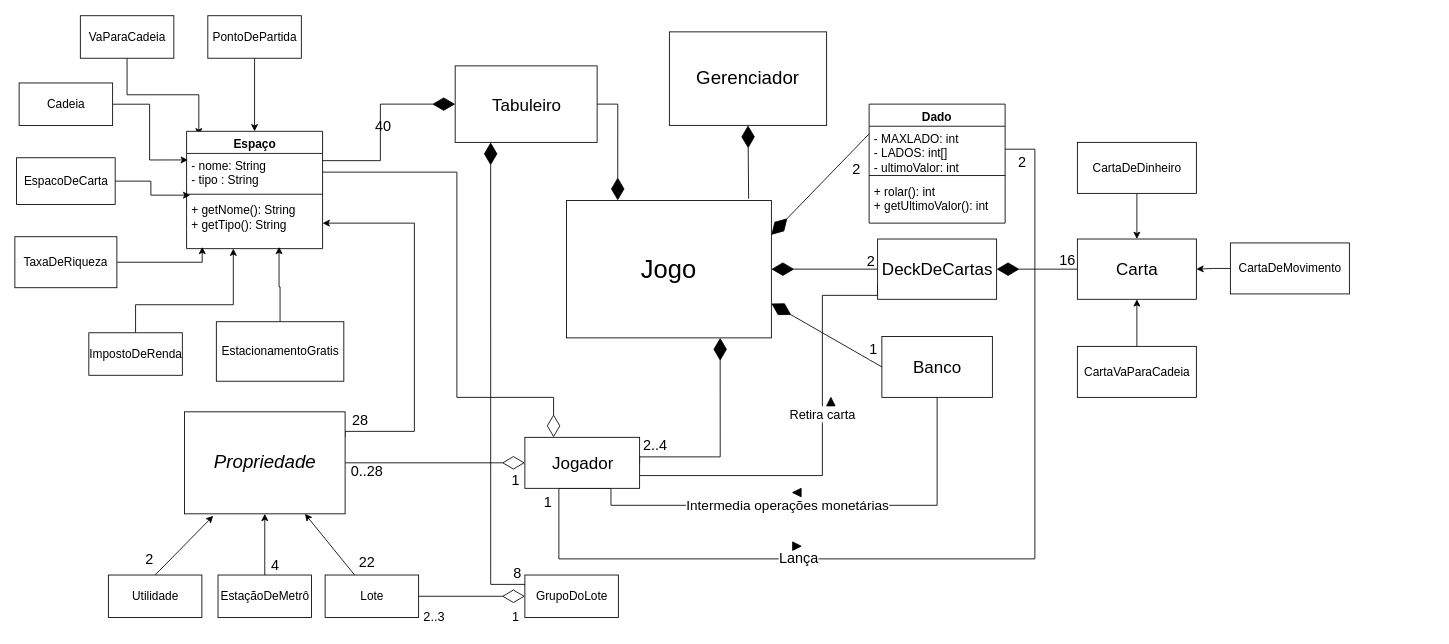
rafaelbarbeta/Monopoly keeps this draw.io diagram as Monopoly - G1.drawio. Above is the earlier version. Source tidied: cells renumbered, new cells numbered last; positions are measured from the earlier drawing's top-left corner, leaving out a move shared by most shapes. Both pictures are drawn from the tidied source at 85%, with x=0, y=0 at pixel (14, 15).
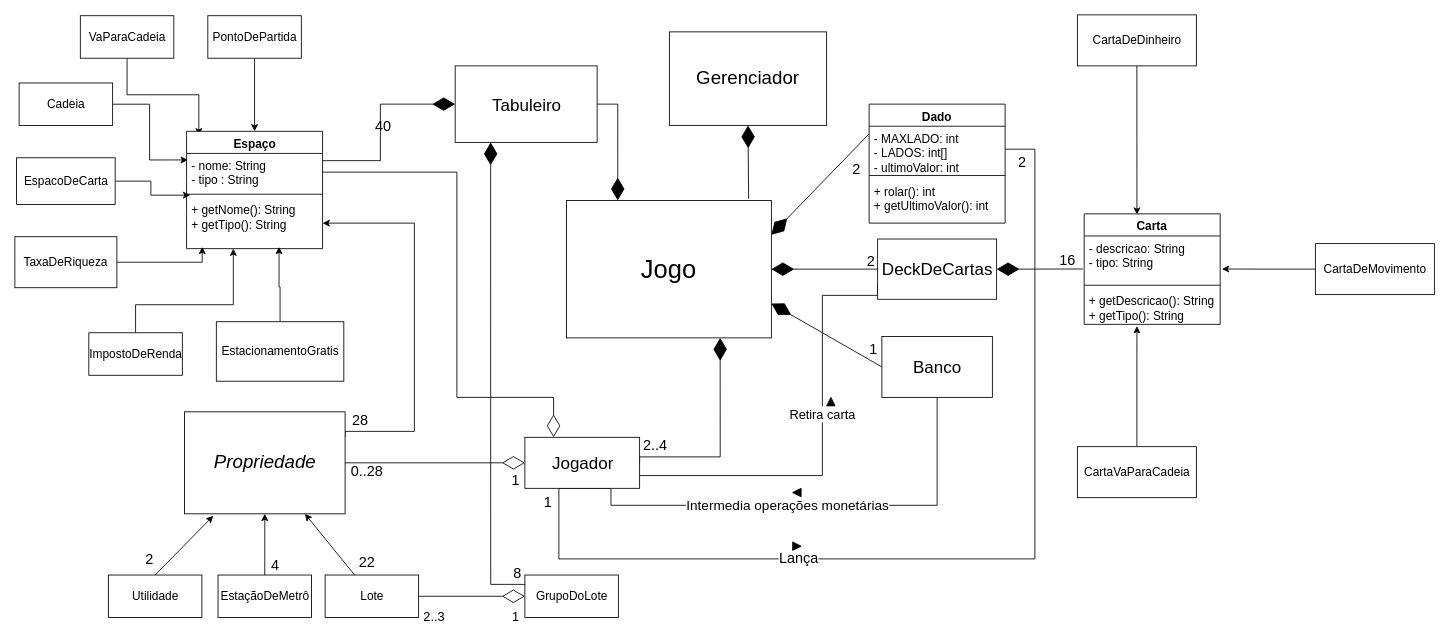
After the change.

Commit message:
Diagrama Carta

Unchanged cells that the change refers to:
```xml
<mxCell id="52" value="DeckDeCartas" style="html=1;fontSize=20;" parent="1" vertex="1">
  <mxGeometry x="1015" y="262.7" width="140" height="70.9" as="geometry" />
</mxCell>
```

The edit, as a diff of the source:
```diff
@@
-    <mxCell id="42" style="edgeStyle=orthogonalEdgeStyle;rounded=0;jettySize=auto;html=1;entryX=0.5;entryY=1;entryDx=0;entryDy=0;" parent="1" edge="1" source="43" target="53">
-      <mxGeometry relative="1" as="geometry" />
+    <mxCell id="42" style="edgeStyle=orthogonalEdgeStyle;rounded=0;jettySize=auto;html=1;entryX=0.388;entryY=1.049;entryDx=0;entryDy=0;entryPerimeter=0;" parent="1" edge="1" source="43" target="77">
+      <mxGeometry relative="1" as="geometry">
+        <Array as="points">
+          <mxPoint x="1320" y="399" />
+          <mxPoint x="1320" y="399" />
+        </Array>
+      </mxGeometry>
     </mxCell>
     <mxCell id="43" value="CartaVaParaCadeia" style="html=1;fontSize=14;" parent="1" vertex="1">
-      <mxGeometry x="1250" y="389" width="140" height="60" as="geometry" />
+      <mxGeometry x="1250" y="507" width="140" height="60" as="geometry" />
     </mxCell>
-    <mxCell id="44" style="edgeStyle=orthogonalEdgeStyle;rounded=0;jettySize=auto;html=1;entryX=1;entryY=0.5;entryDx=0;entryDy=0;" parent="1" edge="1" source="45" target="53">
+    <mxCell id="44" style="edgeStyle=orthogonalEdgeStyle;rounded=0;jettySize=auto;html=1;entryX=1.013;entryY=0.72;entryDx=0;entryDy=0;entryPerimeter=0;" parent="1" edge="1" source="45" target="75">
       <mxGeometry relative="1" as="geometry" />
     </mxCell>
     <mxCell id="45" value="CartaDeMovimento" style="html=1;fontSize=14;" parent="1" vertex="1">
-      <mxGeometry x="1430" y="267.3" width="140" height="60" as="geometry" />
+      <mxGeometry x="1530" y="268.1" width="140" height="60" as="geometry" />
     </mxCell>
-    <mxCell id="46" style="edgeStyle=orthogonalEdgeStyle;rounded=0;jettySize=auto;html=1;entryX=0.5;entryY=0;entryDx=0;entryDy=0;" parent="1" edge="1" source="47" target="53">
+    <mxCell id="46" style="edgeStyle=orthogonalEdgeStyle;rounded=0;jettySize=auto;html=1;entryX=0.388;entryY=0.007;entryDx=0;entryDy=0;entryPerimeter=0;" parent="1" edge="1" source="47" target="53">
       <mxGeometry relative="1" as="geometry" />
     </mxCell>
     <mxCell id="47" value="CartaDeDinheiro" style="html=1;fontSize=14;" parent="1" vertex="1">
-      <mxGeometry x="1250" y="149" width="140" height="60" as="geometry" />
+      <mxGeometry x="1250" y="-1" width="140" height="60" as="geometry" />
     </mxCell>
@@
-    <mxCell id="51" style="endArrow=diamondThin;endFill=1;endSize=24;html=1;rounded=0;fontSize=22;strokeWidth=1;entryX=1;entryY=0.5;entryDx=0;entryDy=0;exitX=0;exitY=0.5;exitDx=0;exitDy=0;" parent="1" edge="1" source="53" target="52">
+    <mxCell id="51" style="endArrow=diamondThin;endFill=1;endSize=24;html=1;rounded=0;fontSize=22;strokeWidth=1;entryX=1;entryY=0.5;entryDx=0;entryDy=0;exitX=-0.01;exitY=0.72;exitDx=0;exitDy=0;exitPerimeter=0;" parent="1" edge="1" source="75" target="52">
       <mxGeometry relative="1" as="geometry" />
     </mxCell>
@@
-    <mxCell id="53" value="Carta" style="html=1;fontSize=20;" parent="1" vertex="1">
-      <mxGeometry x="1250" y="262.7" width="140" height="70.9" as="geometry" />
-    </mxCell>
@@
+    <mxCell id="53" value="Carta" style="swimlane;fontStyle=1;align=center;verticalAlign=top;horizontal=1;startSize=26;fontFamily=Helvetica;fontSize=14;fontColor=default;" parent="1" vertex="1">
+      <mxGeometry x="1258" y="233.1" width="160" height="130" as="geometry" />
+    </mxCell>
+    <mxCell id="75" value="- descricao: String&#10;- tipo: String" style="text;strokeColor=none;fillColor=none;align=left;verticalAlign=top;spacingLeft=4;spacingRight=4;overflow=hidden;points=[[0,0.5],[1,0.5]];portConstraint=eastwest;fontFamily=Helvetica;fontSize=14;fontColor=default;" parent="53" vertex="1">
+      <mxGeometry y="26" width="160" height="54" as="geometry" />
+    </mxCell>
+    <mxCell id="76" style="line;strokeWidth=1;fillColor=none;align=left;verticalAlign=middle;spacingTop=-1;spacingLeft=3;spacingRight=3;labelPosition=right;fontFamily=Helvetica;fontSize=14;fontColor=default;" parent="53" vertex="1">
+      <mxGeometry y="80" width="160" height="8" as="geometry" />
+    </mxCell>
+    <mxCell id="77" value="+ getDescricao(): String&#10;+ getTipo(): String&#10;" style="text;strokeColor=none;fillColor=none;align=left;verticalAlign=top;spacingLeft=4;spacingRight=4;overflow=hidden;points=[[0,0.5],[1,0.5]];portConstraint=eastwest;fontFamily=Helvetica;fontSize=14;fontColor=default;" parent="53" vertex="1">
+      <mxGeometry y="88" width="160" height="42" as="geometry" />
+    </mxCell>
```
